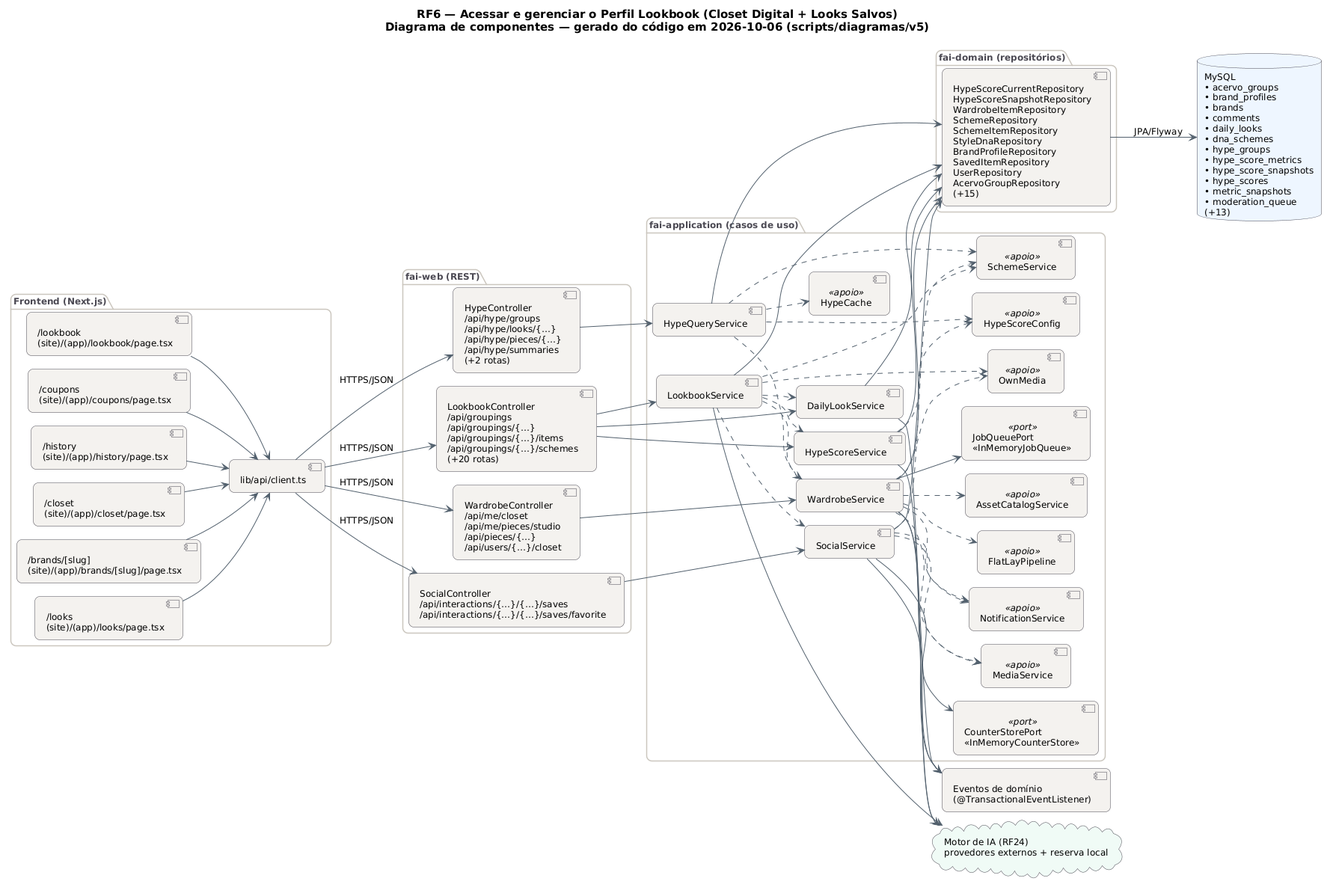
MatheusHaliski/tcc-2026-fashion-ai-backend keeps this PlantUML diagram as docs/diagramas/RF6/RF6_Componentes.png. Above is the earlier version.
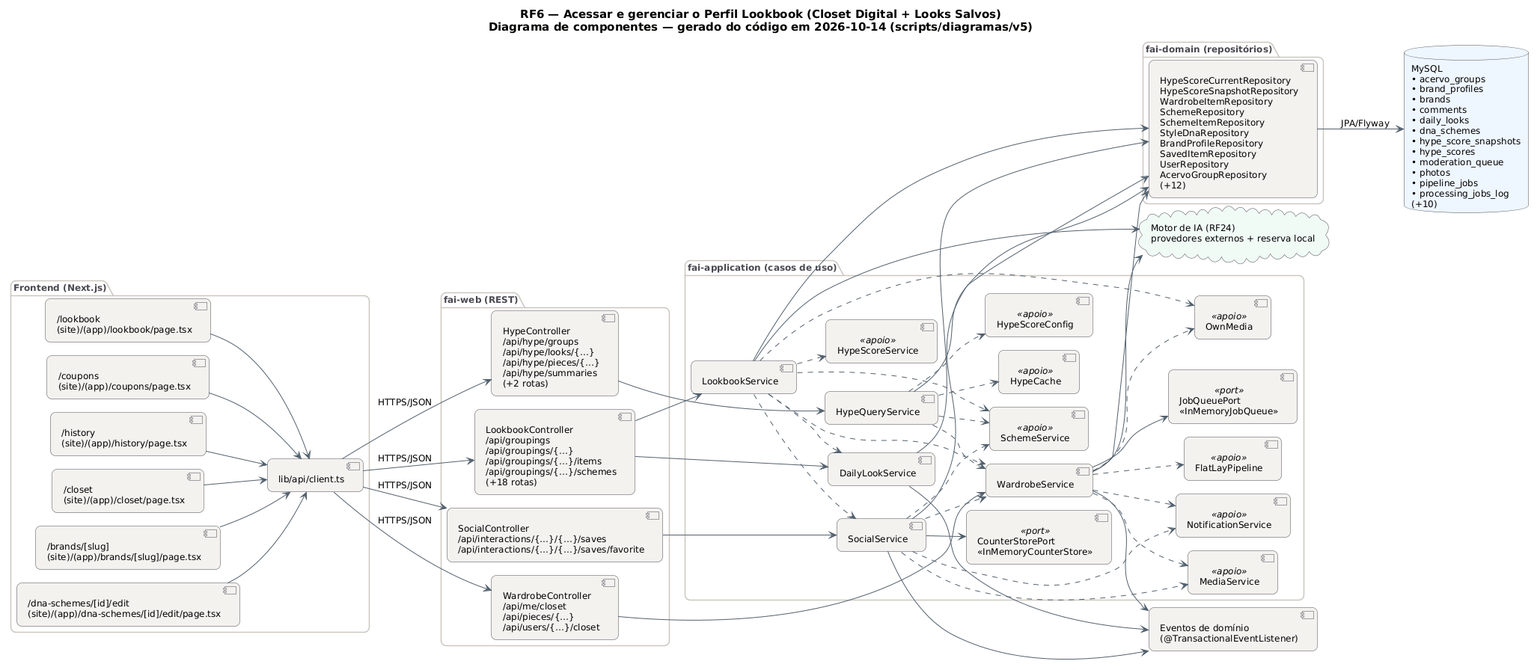
Later version of the same file.

The edit, as a diff of the source:
```diff
@@ -29,7 +29,7 @@
   BorderColor #4A4852
 }
 left to right direction
-title RF6 — Acessar e gerenciar o Perfil Lookbook (Closet Digital + Looks Salvos)\nDiagrama de componentes — gerado do código em 2026-10-06 (scripts/diagramas/v5)
+title RF6 — Acessar e gerenciar o Perfil Lookbook (Closet Digital + Looks Salvos)\nDiagrama de componentes — gerado do código em 2026-10-14 (scripts/diagramas/v5)
 
 package "Frontend (Next.js)" {
   component "/lookbook\n(site)/(app)/lookbook/page.tsx" as FE0
@@ -37,37 +37,36 @@
   component "/history\n(site)/(app)/history/page.tsx" as FE2
   component "/closet\n(site)/(app)/closet/page.tsx" as FE3
   component "/brands/[slug]\n(site)/(app)/brands/[slug]/page.tsx" as FE4
-  component "/looks\n(site)/(app)/looks/page.tsx" as FE5
+  component "/dna-schemes/[id]/edit\n(site)/(app)/dna-schemes/[id]/edit/page.tsx" as FE5
   component "lib/api/client.ts" as APIC
 }
 package "fai-web (REST)" {
   component "HypeController\n/api/hype/groups\n/api/hype/looks/{…}\n/api/hype/pieces/{…}\n/api/hype/summaries\n(+2 rotas)" as HypeController
-  component "LookbookController\n/api/groupings\n/api/groupings/{…}\n/api/groupings/{…}/items\n/api/groupings/{…}/schemes\n(+20 rotas)" as LookbookController
+  component "LookbookController\n/api/groupings\n/api/groupings/{…}\n/api/groupings/{…}/items\n/api/groupings/{…}/schemes\n(+18 rotas)" as LookbookController
   component "SocialController\n/api/interactions/{…}/{…}/saves\n/api/interactions/{…}/{…}/saves/favorite" as SocialController
-  component "WardrobeController\n/api/me/closet\n/api/me/pieces/studio\n/api/pieces/{…}\n/api/users/{…}/closet" as WardrobeController
+  component "WardrobeController\n/api/me/closet\n/api/pieces/{…}\n/api/users/{…}/closet" as WardrobeController
 }
 package "fai-application (casos de uso)" {
   component "HypeQueryService" as HypeQueryService
   component "LookbookService" as LookbookService
   component "DailyLookService" as DailyLookService
-  component "HypeScoreService" as HypeScoreService
   component "SocialService" as SocialService
   component "WardrobeService" as WardrobeService
   component "HypeScoreConfig" as HypeScoreConfig <<apoio>>
   component "SchemeService" as SchemeService <<apoio>>
   component "HypeCache" as HypeCache <<apoio>>
+  component "HypeScoreService" as HypeScoreService <<apoio>>
   component "OwnMedia" as OwnMedia <<apoio>>
   component "NotificationService" as NotificationService <<apoio>>
   component "MediaService" as MediaService <<apoio>>
   component "FlatLayPipeline" as FlatLayPipeline <<apoio>>
-  component "AssetCatalogService" as AssetCatalogService <<apoio>>
   component "CounterStorePort\n«InMemoryCounterStore»" as CounterStorePort <<port>>
   component "JobQueuePort\n«InMemoryJobQueue»" as JobQueuePort <<port>>
 }
 package "fai-domain (repositórios)" {
-  component "HypeScoreCurrentRepository\nHypeScoreSnapshotRepository\nWardrobeItemRepository\nSchemeRepository\nSchemeItemRepository\nStyleDnaRepository\nBrandProfileRepository\nSavedItemRepository\nUserRepository\nAcervoGroupRepository\n(+15)" as REPO_MySQL
+  component "HypeScoreCurrentRepository\nHypeScoreSnapshotRepository\nWardrobeItemRepository\nSchemeRepository\nSchemeItemRepository\nStyleDnaRepository\nBrandProfileRepository\nSavedItemRepository\nUserRepository\nAcervoGroupRepository\n(+12)" as REPO_MySQL
 }
-database "MySQL\n• acervo_groups\n• brand_profiles\n• brands\n• comments\n• daily_looks\n• dna_schemes\n• hype_groups\n• hype_score_metrics\n• hype_score_snapshots\n• hype_scores\n• metric_snapshots\n• moderation_queue\n(+13)" as DB_MySQL
+database "MySQL\n• acervo_groups\n• brand_profiles\n• brands\n• comments\n• daily_looks\n• dna_schemes\n• hype_score_snapshots\n• hype_scores\n• moderation_queue\n• photos\n• pipeline_jobs\n• processing_jobs_log\n(+10)" as DB_MySQL
 cloud "Motor de IA (RF24)\nprovedores externos + reserva local" as AI
 component "Eventos de domínio\n(@TransactionalEventListener)" as EV
 APIC --> HypeController : HTTPS/JSON
@@ -88,11 +87,7 @@
 HypeQueryService ..> HypeScoreConfig
 HypeQueryService ..> SchemeService
 HypeQueryService ..> WardrobeService
-HypeScoreService --> AI
-HypeScoreService --> REPO_MySQL
-HypeScoreService ..> HypeScoreConfig
 LookbookController --> DailyLookService
-LookbookController --> HypeScoreService
 LookbookController --> LookbookService
 LookbookService --> AI
 LookbookService --> REPO_MySQL
@@ -110,12 +105,12 @@
 SocialService ..> MediaService
 SocialService ..> NotificationService
 SocialService ..> SchemeService
+SocialService ..> WardrobeService
 WardrobeController --> WardrobeService
 WardrobeService --> AI
 WardrobeService --> EV
 WardrobeService --> JobQueuePort
 WardrobeService --> REPO_MySQL
-WardrobeService ..> AssetCatalogService
 WardrobeService ..> FlatLayPipeline
 WardrobeService ..> MediaService
 WardrobeService ..> NotificationService
```
